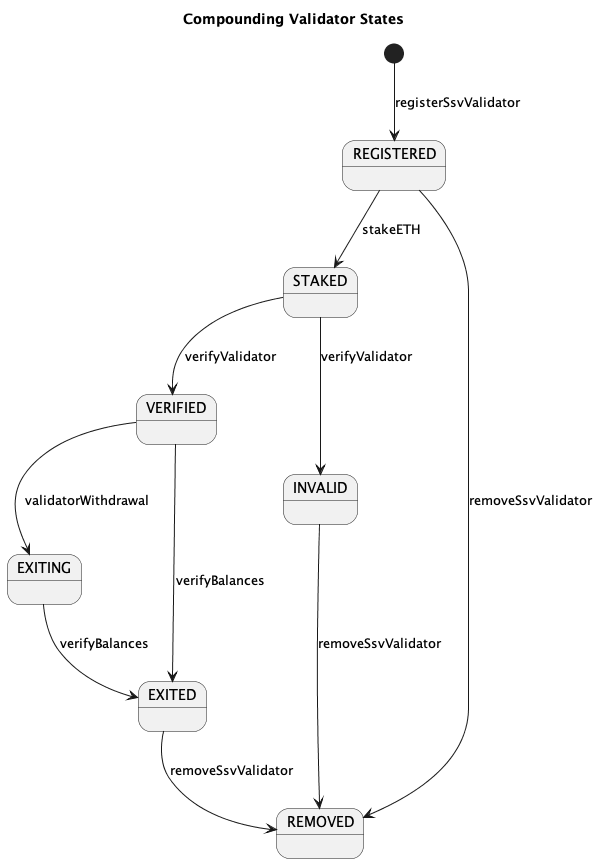
This is contracts/docs/plantuml/stakingValidatorStates.png from OriginProtocol/origin-dollar, a PlantUML export, as it was before one commit.
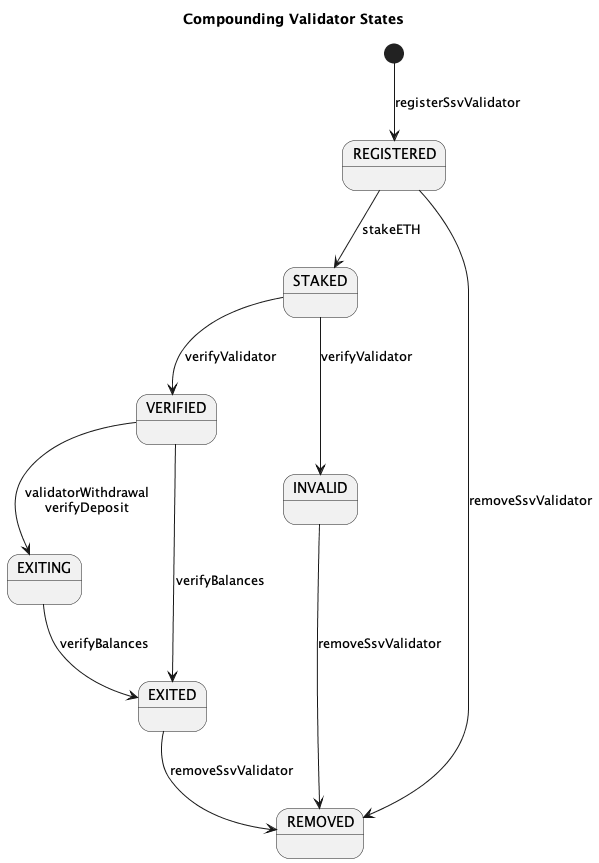
The same file after the commit.

Commit message:
Updated validator state diagram after merge

The edit, as a diff of the source:
```diff
@@ -9,7 +9,7 @@
 STAKED --> VERIFIED : verifyValidator
 STAKED --> INVALID : verifyValidator
 
-VERIFIED --> EXITING : validatorWithdrawal
+VERIFIED --> EXITING : validatorWithdrawal\nverifyDeposit
 VERIFIED --> EXITED : verifyBalances
 EXITING --> EXITED : verifyBalances
 
```
